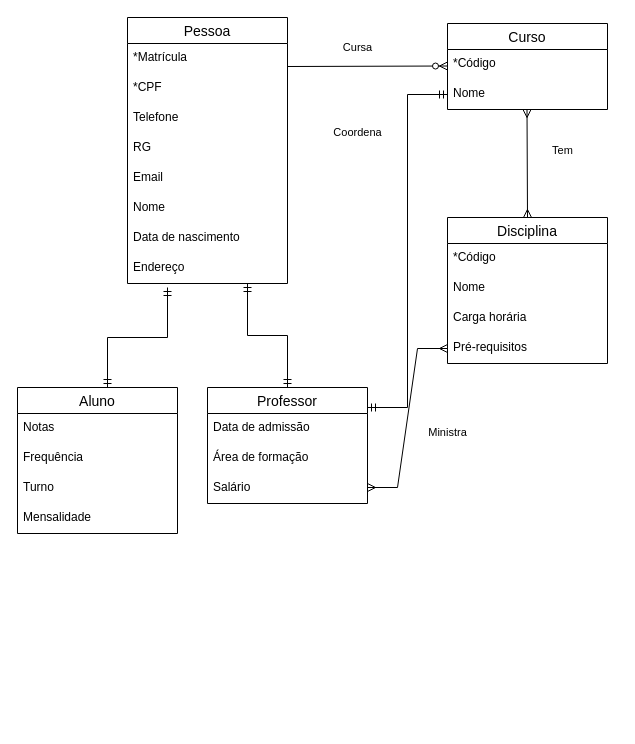
Earlier version of the draw.io diagram diagramas/diagrama2.drawio (ana-clara-candida/mdc053). Source tidied: cells renumbered, new cells numbered last; positions are measured from the earlier drawing's top-left corner, leaving out a move shared by most shapes. Both pictures are drawn from the tidied source at 100%, with x=0, y=0 at pixel (17, 17).
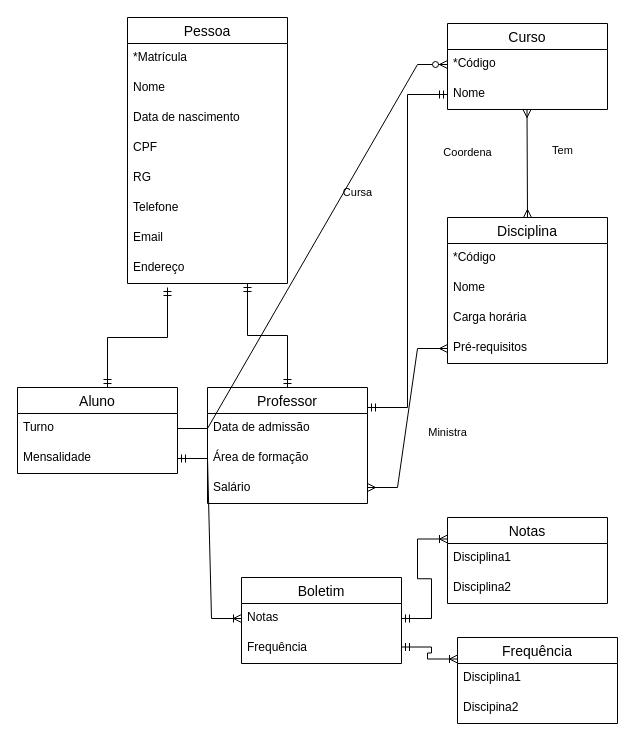
The same diagram, later.

Unchanged cells that the change refers to:
```xml
<mxCell id="2" value="Pessoa" style="swimlane;fontStyle=0;horizontal=1;startSize=26;align=center;fontSize=14;" parent="1" vertex="1">
  <mxGeometry x="110" width="160" height="266" as="geometry" />
</mxCell>
<mxCell id="24" value="*Código" style="text;strokeColor=none;fillColor=none;spacingLeft=4;spacingRight=4;overflow=hidden;points=[[0,0.5],[1,0.5]];portConstraint=eastwest;fontSize=12;" parent="23" vertex="1">
  <mxGeometry y="26" width="160" height="30" as="geometry" />
</mxCell>
```

What changed in the source:
```diff
@@
-    <mxCell id="4" value="*CPF" style="text;strokeColor=none;fillColor=none;spacingLeft=4;spacingRight=4;overflow=hidden;fontSize=12;" parent="2" vertex="1">
-      <mxGeometry y="56" width="160" height="30" as="geometry" />
-    </mxCell>
-    <mxCell id="5" value="Telefone" style="text;strokeColor=none;fillColor=none;spacingLeft=4;spacingRight=4;overflow=hidden;fontSize=12;" parent="2" vertex="1">
-      <mxGeometry y="86" width="160" height="30" as="geometry" />
-    </mxCell>
-    <mxCell id="6" value="RG" style="text;strokeColor=none;fillColor=none;spacingLeft=4;spacingRight=4;overflow=hidden;fontSize=12;" parent="2" vertex="1">
-      <mxGeometry y="116" width="160" height="30" as="geometry" />
-    </mxCell>
-    <mxCell id="7" value="Email" style="text;strokeColor=none;fillColor=none;spacingLeft=4;spacingRight=4;overflow=hidden;fontSize=12;" parent="2" vertex="1">
-      <mxGeometry y="146" width="160" height="30" as="geometry" />
-    </mxCell>
     <mxCell id="8" value="Nome" style="text;strokeColor=none;fillColor=none;spacingLeft=4;spacingRight=4;overflow=hidden;fontSize=12;" parent="2" vertex="1">
-      <mxGeometry y="176" width="160" height="30" as="geometry" />
+      <mxGeometry y="56" width="160" height="30" as="geometry" />
     </mxCell>
     <mxCell id="9" value="Data de nascimento" style="text;strokeColor=none;fillColor=none;spacingLeft=4;spacingRight=4;overflow=hidden;fontSize=12;" parent="2" vertex="1">
-      <mxGeometry y="206" width="160" height="30" as="geometry" />
+      <mxGeometry y="86" width="160" height="30" as="geometry" />
     </mxCell>
+    <mxCell id="4" value="CPF" style="text;strokeColor=none;fillColor=none;spacingLeft=4;spacingRight=4;overflow=hidden;fontSize=12;" parent="2" vertex="1">
+      <mxGeometry y="116" width="160" height="30" as="geometry" />
+    </mxCell>
+    <mxCell id="6" value="RG" style="text;strokeColor=none;fillColor=none;spacingLeft=4;spacingRight=4;overflow=hidden;fontSize=12;" parent="2" vertex="1">
+      <mxGeometry y="146" width="160" height="30" as="geometry" />
+    </mxCell>
+    <mxCell id="5" value="Telefone" style="text;strokeColor=none;fillColor=none;spacingLeft=4;spacingRight=4;overflow=hidden;fontSize=12;" parent="2" vertex="1">
+      <mxGeometry y="176" width="160" height="30" as="geometry" />
+    </mxCell>
+    <mxCell id="7" value="Email" style="text;strokeColor=none;fillColor=none;spacingLeft=4;spacingRight=4;overflow=hidden;fontSize=12;" parent="2" vertex="1">
+      <mxGeometry y="206" width="160" height="30" as="geometry" />
+    </mxCell>
@@
     <mxCell id="11" value="Aluno" style="swimlane;fontStyle=0;horizontal=1;startSize=26;align=center;fontSize=14;" parent="1" vertex="1">
-      <mxGeometry y="370" width="160" height="146" as="geometry" />
+      <mxGeometry y="370" width="160" height="86" as="geometry" />
     </mxCell>
-    <mxCell id="12" value="Notas" style="text;strokeColor=none;fillColor=none;spacingLeft=4;spacingRight=4;overflow=hidden;points=[[0,0.5],[1,0.5]];portConstraint=eastwest;fontSize=12;" parent="11" vertex="1">
-      <mxGeometry y="26" width="160" height="30" as="geometry" />
-    </mxCell>
-    <mxCell id="13" value="Frequência" style="text;strokeColor=none;fillColor=none;spacingLeft=4;spacingRight=4;overflow=hidden;fontSize=12;" parent="11" vertex="1">
-      <mxGeometry y="56" width="160" height="30" as="geometry" />
-    </mxCell>
     <mxCell id="14" value="Turno" style="text;strokeColor=none;fillColor=none;spacingLeft=4;spacingRight=4;overflow=hidden;points=[[0,0.5],[1,0.5]];portConstraint=eastwest;fontSize=12;" parent="11" vertex="1">
-      <mxGeometry y="86" width="160" height="30" as="geometry" />
+      <mxGeometry y="26" width="160" height="30" as="geometry" />
     </mxCell>
     <mxCell id="15" value="Mensalidade" style="text;strokeColor=none;fillColor=none;spacingLeft=4;spacingRight=4;overflow=hidden;points=[[0,0.5],[1,0.5]];portConstraint=eastwest;fontSize=12;" parent="11" vertex="1">
-      <mxGeometry y="116" width="160" height="30" as="geometry" />
+      <mxGeometry y="56" width="160" height="30" as="geometry" />
     </mxCell>
@@
-    <mxCell id="26" style="fontSize=12;html=1;endArrow=ERzeroToMany;endFill=1;rounded=0;elbow=vertical;" parent="1" edge="1">
-      <mxGeometry relative="1" as="geometry">
-        <mxPoint x="270" y="49" as="sourcePoint" />
-        <mxPoint x="430" y="48.5" as="targetPoint" />
-      </mxGeometry>
-    </mxCell>
     <mxCell id="27" value="Cursa" style="text;html=1;align=center;verticalAlign=middle;strokeColor=none;fillColor=none;fontSize=11;" parent="1" vertex="1">
-      <mxGeometry x="310" y="15" width="60" height="30" as="geometry" />
+      <mxGeometry x="310" y="160" width="60" height="30" as="geometry" />
     </mxCell>
@@
     <mxCell id="38" value="Coordena" style="text;html=1;align=center;verticalAlign=middle;strokeColor=none;fillColor=none;fontSize=11;" parent="1" vertex="1">
-      <mxGeometry x="300" y="100" width="80" height="30" as="geometry" />
+      <mxGeometry x="410" y="120" width="80" height="30" as="geometry" />
     </mxCell>
+    <mxCell id="39" style="edgeStyle=entityRelationEdgeStyle;fontSize=12;html=1;endArrow=ERzeroToMany;endFill=1;rounded=0;strokeColor=default;exitX=1;exitY=0.5;exitDx=0;exitDy=0;entryX=0;entryY=0.5;entryDx=0;entryDy=0;" parent="1" edge="1" source="14" target="24">
+      <mxGeometry relative="1" as="geometry" />
+    </mxCell>
+    <mxCell id="40" value="Boletim" style="swimlane;fontStyle=0;horizontal=1;startSize=26;align=center;fontSize=14;fillColor=none;" parent="1" vertex="1">
+      <mxGeometry x="224" y="560" width="160" height="86" as="geometry" />
+    </mxCell>
+    <mxCell id="12" value="Notas" style="text;strokeColor=none;fillColor=none;spacingLeft=4;spacingRight=4;overflow=hidden;points=[[0,0.5],[1,0.5]];portConstraint=eastwest;fontSize=12;" parent="40" vertex="1">
+      <mxGeometry y="26" width="160" height="30" as="geometry" />
+    </mxCell>
+    <mxCell id="13" value="Frequência" style="text;strokeColor=none;fillColor=none;spacingLeft=4;spacingRight=4;overflow=hidden;fontSize=12;" parent="40" vertex="1">
+      <mxGeometry y="56" width="160" height="30" as="geometry" />
+    </mxCell>
+    <mxCell id="41" style="edgeStyle=entityRelationEdgeStyle;fontSize=12;html=1;endArrow=ERoneToMany;startArrow=ERmandOne;rounded=0;strokeColor=default;entryX=0;entryY=0.5;entryDx=0;entryDy=0;exitX=1;exitY=0.5;exitDx=0;exitDy=0;" parent="1" edge="1" source="15" target="12">
+      <mxGeometry relative="1" as="geometry" />
+    </mxCell>
+    <mxCell id="42" value="Frequência" style="swimlane;fontStyle=0;horizontal=1;startSize=26;align=center;fontSize=14;fillColor=none;" parent="1" vertex="1">
+      <mxGeometry x="440" y="620" width="160" height="86" as="geometry" />
+    </mxCell>
+    <mxCell id="43" value="Disciplina1" style="text;strokeColor=none;fillColor=none;spacingLeft=4;spacingRight=4;overflow=hidden;fontSize=12;" parent="42" vertex="1">
+      <mxGeometry y="26" width="160" height="30" as="geometry" />
+    </mxCell>
+    <mxCell id="44" value="Discipina2" style="text;strokeColor=none;fillColor=none;spacingLeft=4;spacingRight=4;overflow=hidden;fontSize=12;" parent="42" vertex="1">
+      <mxGeometry y="56" width="160" height="30" as="geometry" />
+    </mxCell>
+    <mxCell id="45" value="Notas" style="swimlane;fontStyle=0;horizontal=1;startSize=26;align=center;fontSize=14;fillColor=none;" parent="1" vertex="1">
+      <mxGeometry x="430" y="500" width="160" height="86" as="geometry" />
+    </mxCell>
+    <mxCell id="46" value="Disciplina1" style="text;strokeColor=none;fillColor=none;spacingLeft=4;spacingRight=4;overflow=hidden;fontSize=12;" parent="45" vertex="1">
+      <mxGeometry y="26" width="160" height="30" as="geometry" />
+    </mxCell>
+    <mxCell id="47" value="Disciplina2" style="text;strokeColor=none;fillColor=none;spacingLeft=4;spacingRight=4;overflow=hidden;fontSize=12;" parent="45" vertex="1">
+      <mxGeometry y="56" width="160" height="30" as="geometry" />
+    </mxCell>
+    <mxCell id="48" style="edgeStyle=entityRelationEdgeStyle;fontSize=12;html=1;endArrow=ERoneToMany;startArrow=ERmandOne;rounded=0;strokeColor=default;entryX=0;entryY=0.25;entryDx=0;entryDy=0;exitX=1;exitY=0.5;exitDx=0;exitDy=0;" parent="1" edge="1" source="12" target="45">
+      <mxGeometry relative="1" as="geometry" />
+    </mxCell>
+    <mxCell id="49" style="edgeStyle=entityRelationEdgeStyle;fontSize=12;html=1;endArrow=ERoneToMany;startArrow=ERmandOne;rounded=0;strokeColor=default;entryX=0;entryY=0.25;entryDx=0;entryDy=0;exitX=1;exitY=0.5;exitDx=0;exitDy=0;" parent="1" edge="1" target="42">
+      <mxGeometry relative="1" as="geometry">
+        <mxPoint x="384" y="629.5" as="sourcePoint" />
+      </mxGeometry>
+    </mxCell>
```
